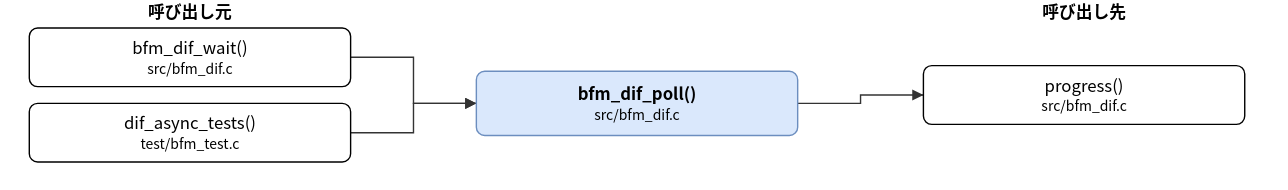
The draw.io diagram doc/spec/images/call_src_bfm_dif-bfm_dif_poll.drawio.svg in hf355051012-ai/bfmem, before a commit. Source tidied: cells renumbered, new cells last; positions are measured from the earlier drawing's top-left corner, leaving out a move shared by most shapes. Source of this version:
```xml
<mxGraphModel>
  <root>
    <mxCell id="0" />
    <mxCell id="1" parent="0" />
    <mxCell id="2" value="bfm_dif_poll()&lt;br&gt;&lt;font style=&quot;font-size:10px&quot;&gt;src/bfm_dif.c&lt;/font&gt;" style="rounded=1;whiteSpace=wrap;html=1;fillColor=#dae8fc;strokeColor=#6c8ebf;fontStyle=1;" parent="1" vertex="1">
      <mxGeometry x="320" y="51" width="230" height="46" as="geometry" />
    </mxCell>
    <mxCell id="3" value="bfm_dif_wait()&lt;br&gt;&lt;font style=&quot;font-size:10px&quot;&gt;src/bfm_dif.c&lt;/font&gt;" style="rounded=1;whiteSpace=wrap;html=1;" parent="1" vertex="1">
      <mxGeometry y="20" width="230" height="42" as="geometry" />
    </mxCell>
    <mxCell id="4" value="dif_async_tests()&lt;br&gt;&lt;font style=&quot;font-size:10px&quot;&gt;test/bfm_test.c&lt;/font&gt;" style="rounded=1;whiteSpace=wrap;html=1;" parent="1" vertex="1">
      <mxGeometry y="74" width="230" height="42" as="geometry" />
    </mxCell>
    <mxCell id="5" value="progress()&lt;br&gt;&lt;font style=&quot;font-size:10px&quot;&gt;src/bfm_dif.c&lt;/font&gt;" style="rounded=1;whiteSpace=wrap;html=1;" parent="1" vertex="1">
      <mxGeometry x="640" y="47" width="230" height="42" as="geometry" />
    </mxCell>
    <mxCell id="6" style="edgeStyle=none;html=1;rounded=0;endArrow=block;endFill=1;exitX=1.0000;exitY=0.5000;exitDx=0;exitDy=0;exitPerimeter=0;entryX=0.0000;entryY=0.5000;entryDx=0;entryDy=0;entryPerimeter=0;" parent="1" edge="1" source="3" target="2">
      <mxGeometry relative="1" as="geometry">
        <Array as="points">
          <mxPoint x="275" y="41" />
          <mxPoint x="275" y="74" />
        </Array>
      </mxGeometry>
    </mxCell>
    <mxCell id="7" style="edgeStyle=none;html=1;rounded=0;endArrow=block;endFill=1;exitX=1.0000;exitY=0.5000;exitDx=0;exitDy=0;exitPerimeter=0;entryX=0.0000;entryY=0.5000;entryDx=0;entryDy=0;entryPerimeter=0;" parent="1" edge="1" source="4" target="2">
      <mxGeometry relative="1" as="geometry">
        <Array as="points">
          <mxPoint x="275" y="95" />
          <mxPoint x="275" y="74" />
        </Array>
      </mxGeometry>
    </mxCell>
    <mxCell id="8" style="edgeStyle=none;html=1;rounded=0;endArrow=block;endFill=1;exitX=1.0000;exitY=0.5000;exitDx=0;exitDy=0;exitPerimeter=0;entryX=0.0000;entryY=0.5000;entryDx=0;entryDy=0;entryPerimeter=0;" parent="1" edge="1" source="2" target="5">
      <mxGeometry relative="1" as="geometry">
        <Array as="points">
          <mxPoint x="595" y="74" />
          <mxPoint x="595" y="68" />
        </Array>
      </mxGeometry>
    </mxCell>
    <mxCell id="9" value="呼び出し元" style="text;html=1;align=center;fontStyle=1;" parent="1" vertex="1">
      <mxGeometry x="35" width="160" height="18" as="geometry" />
    </mxCell>
    <mxCell id="10" value="呼び出し先" style="text;html=1;align=center;fontStyle=1;" parent="1" vertex="1">
      <mxGeometry x="675" width="160" height="18" as="geometry" />
    </mxCell>
  </root>
</mxGraphModel>
```
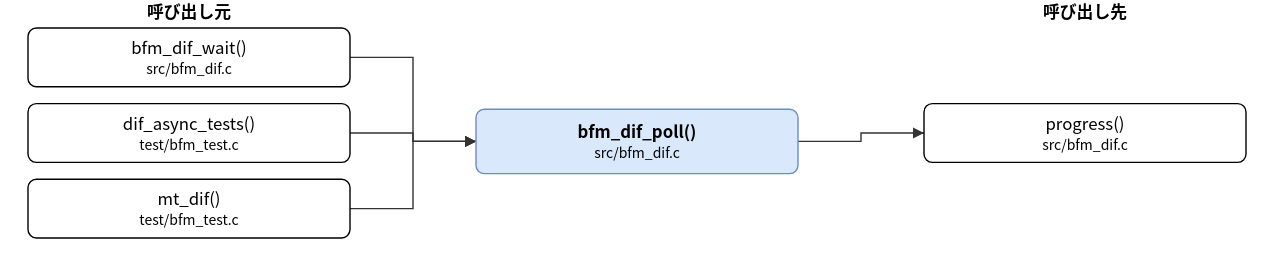
After the change.

Change to the diagram source:
```diff
@@ -3,7 +3,7 @@
     <mxCell id="0" />
     <mxCell id="1" parent="0" />
     <mxCell id="2" value="bfm_dif_poll()&lt;br&gt;&lt;font style=&quot;font-size:10px&quot;&gt;src/bfm_dif.c&lt;/font&gt;" style="rounded=1;whiteSpace=wrap;html=1;fillColor=#dae8fc;strokeColor=#6c8ebf;fontStyle=1;" parent="1" vertex="1">
-      <mxGeometry x="320" y="51" width="230" height="46" as="geometry" />
+      <mxGeometry x="320" y="78" width="230" height="46" as="geometry" />
     </mxCell>
     <mxCell id="3" value="bfm_dif_wait()&lt;br&gt;&lt;font style=&quot;font-size:10px&quot;&gt;src/bfm_dif.c&lt;/font&gt;" style="rounded=1;whiteSpace=wrap;html=1;" parent="1" vertex="1">
       <mxGeometry y="20" width="230" height="42" as="geometry" />
@@ -11,14 +11,17 @@
     <mxCell id="4" value="dif_async_tests()&lt;br&gt;&lt;font style=&quot;font-size:10px&quot;&gt;test/bfm_test.c&lt;/font&gt;" style="rounded=1;whiteSpace=wrap;html=1;" parent="1" vertex="1">
       <mxGeometry y="74" width="230" height="42" as="geometry" />
     </mxCell>
+    <mxCell id="11" value="mt_dif()&lt;br&gt;&lt;font style=&quot;font-size:10px&quot;&gt;test/bfm_test.c&lt;/font&gt;" style="rounded=1;whiteSpace=wrap;html=1;" parent="1" vertex="1">
+      <mxGeometry y="128" width="230" height="42" as="geometry" />
+    </mxCell>
     <mxCell id="5" value="progress()&lt;br&gt;&lt;font style=&quot;font-size:10px&quot;&gt;src/bfm_dif.c&lt;/font&gt;" style="rounded=1;whiteSpace=wrap;html=1;" parent="1" vertex="1">
-      <mxGeometry x="640" y="47" width="230" height="42" as="geometry" />
+      <mxGeometry x="640" y="74" width="230" height="42" as="geometry" />
     </mxCell>
     <mxCell id="6" style="edgeStyle=none;html=1;rounded=0;endArrow=block;endFill=1;exitX=1.0000;exitY=0.5000;exitDx=0;exitDy=0;exitPerimeter=0;entryX=0.0000;entryY=0.5000;entryDx=0;entryDy=0;entryPerimeter=0;" parent="1" edge="1" source="3" target="2">
       <mxGeometry relative="1" as="geometry">
         <Array as="points">
           <mxPoint x="275" y="41" />
-          <mxPoint x="275" y="74" />
+          <mxPoint x="275" y="101" />
         </Array>
       </mxGeometry>
     </mxCell>
@@ -26,18 +29,26 @@
       <mxGeometry relative="1" as="geometry">
         <Array as="points">
           <mxPoint x="275" y="95" />
-          <mxPoint x="275" y="74" />
+          <mxPoint x="275" y="101" />
         </Array>
       </mxGeometry>
     </mxCell>
-    <mxCell id="8" style="edgeStyle=none;html=1;rounded=0;endArrow=block;endFill=1;exitX=1.0000;exitY=0.5000;exitDx=0;exitDy=0;exitPerimeter=0;entryX=0.0000;entryY=0.5000;entryDx=0;entryDy=0;entryPerimeter=0;" parent="1" edge="1" source="2" target="5">
+    <mxCell id="8" style="edgeStyle=none;html=1;rounded=0;endArrow=block;endFill=1;exitX=1.0000;exitY=0.5000;exitDx=0;exitDy=0;exitPerimeter=0;entryX=0.0000;entryY=0.5000;entryDx=0;entryDy=0;entryPerimeter=0;" parent="1" edge="1" source="11" target="2">
       <mxGeometry relative="1" as="geometry">
         <Array as="points">
-          <mxPoint x="595" y="74" />
-          <mxPoint x="595" y="68" />
+          <mxPoint x="275" y="149" />
+          <mxPoint x="275" y="101" />
         </Array>
       </mxGeometry>
     </mxCell>
+    <mxCell id="12" style="edgeStyle=none;html=1;rounded=0;endArrow=block;endFill=1;exitX=1.0000;exitY=0.5000;exitDx=0;exitDy=0;exitPerimeter=0;entryX=0.0000;entryY=0.5000;entryDx=0;entryDy=0;entryPerimeter=0;" parent="1" edge="1" source="2" target="5">
+      <mxGeometry relative="1" as="geometry">
+        <Array as="points">
+          <mxPoint x="595" y="101" />
+          <mxPoint x="595" y="95" />
+        </Array>
+      </mxGeometry>
+    </mxCell>
     <mxCell id="9" value="呼び出し元" style="text;html=1;align=center;fontStyle=1;" parent="1" vertex="1">
       <mxGeometry x="35" width="160" height="18" as="geometry" />
     </mxCell>
```
